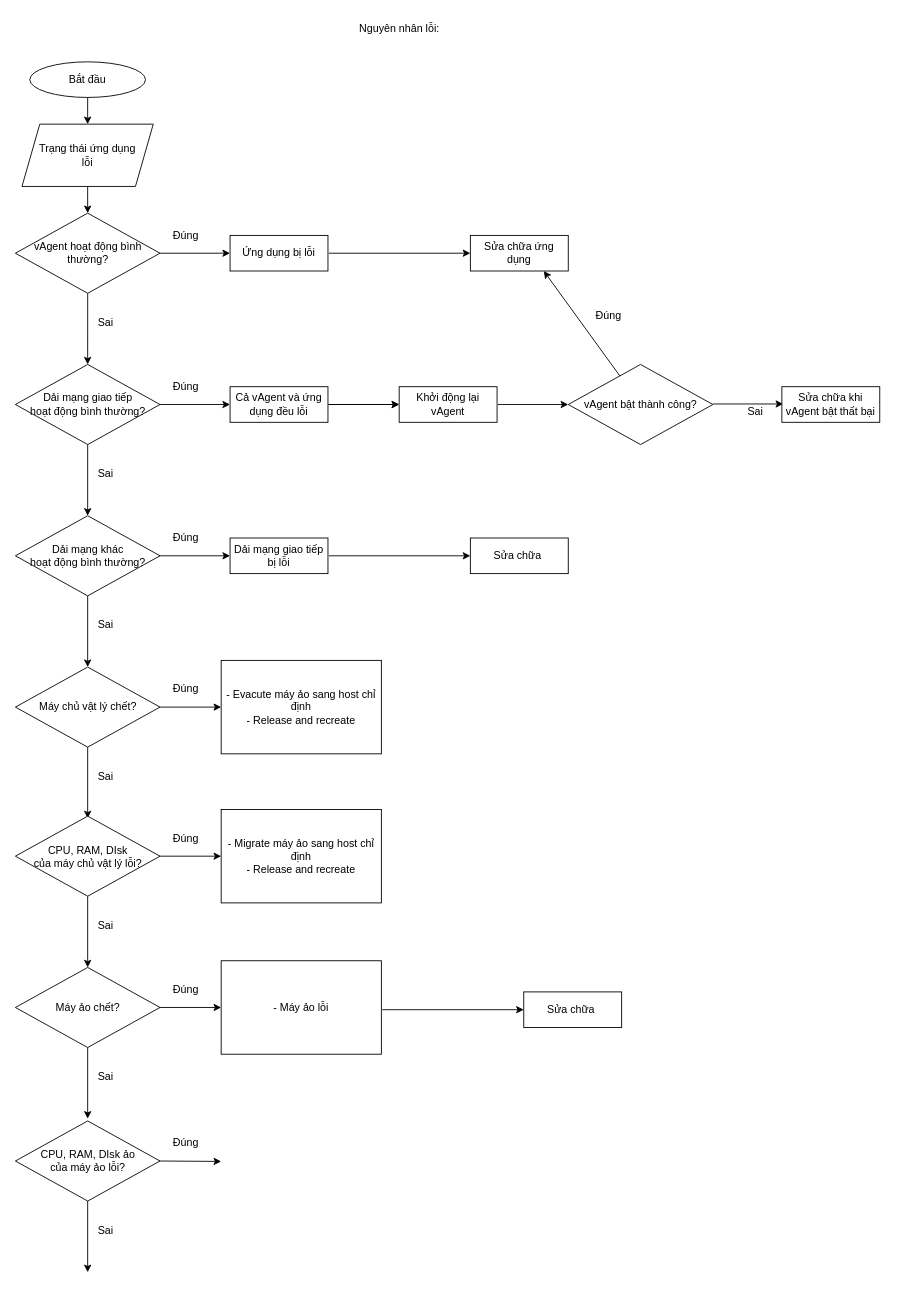
The draw.io diagram auto healing.drawio in hiep1097/drawio, before the edit. Source tidied: cells renumbered, new cells numbered last; positions are measured from the earlier drawing's top-left corner, leaving out a move shared by most shapes. Both pictures are drawn from the tidied source at 89%, with x=0, y=0 at pixel (15, 15).
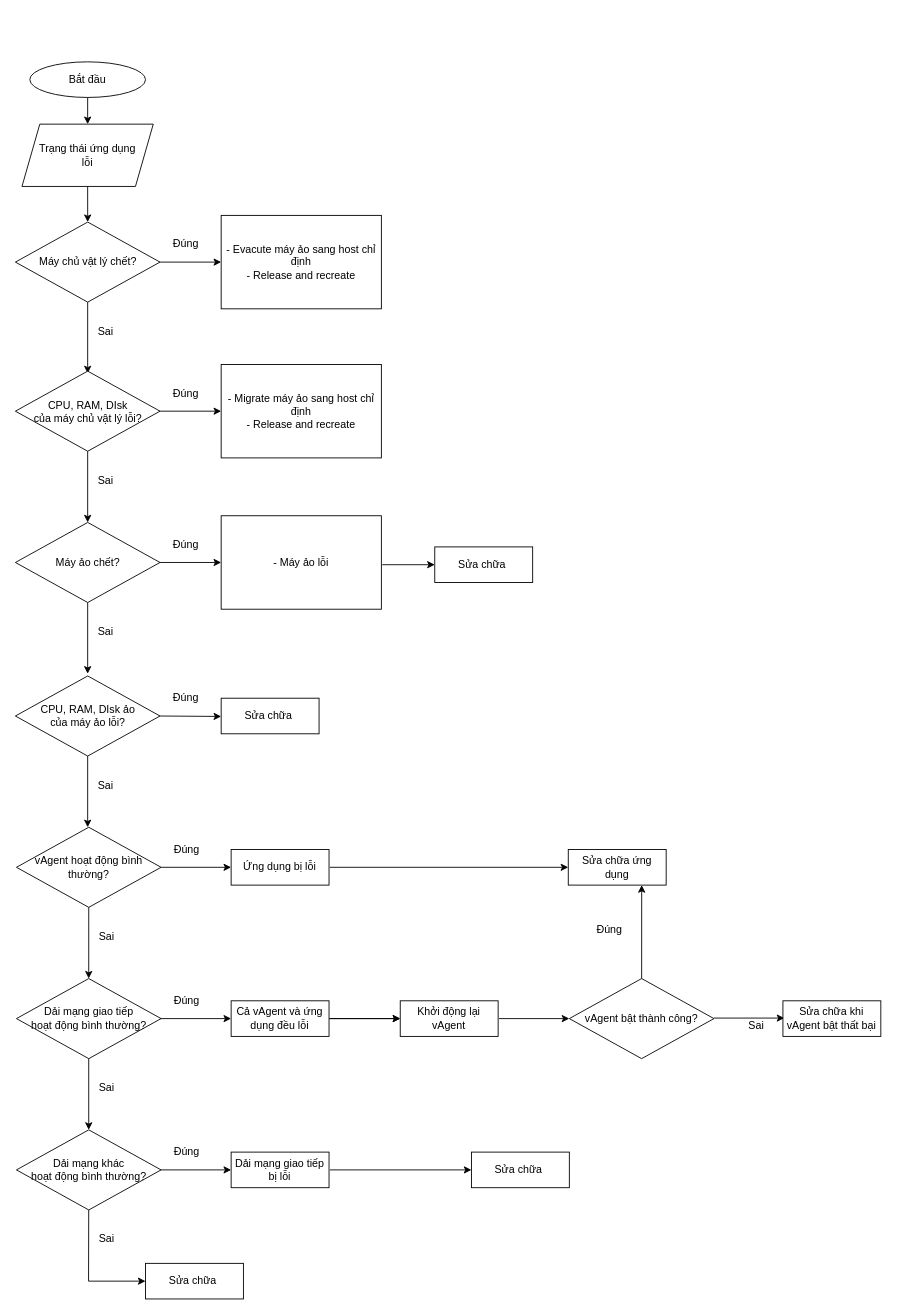
The same page after the edit.

Commit message:
Cập nhật auto healing.drawio

Unchanged cells that the change refers to:
```xml
<mxCell id="3" value="Trạng thái ứng dụng &lt;br&gt;lỗi" style="shape=parallelogram;perimeter=parallelogramPerimeter;whiteSpace=wrap;html=1;fixedSize=1;" parent="1" vertex="1">
  <mxGeometry x="7.2" y="122" width="147.5" height="70" as="geometry" />
</mxCell>
```

Change to the diagram source:
```diff
@@
     <mxCell id="4" value="vAgent hoạt động bình thường?" style="rhombus;whiteSpace=wrap;html=1;" parent="1" vertex="1">
-      <mxGeometry x="-0.2" y="222" width="162.5" height="90" as="geometry" />
+      <mxGeometry x="1" y="912" width="162.5" height="90" as="geometry" />
     </mxCell>
     <mxCell id="5" value="Ứng dụng bị lỗi" style="rounded=0;whiteSpace=wrap;html=1;" parent="1" vertex="1">
-      <mxGeometry x="241" y="247" width="110" height="40" as="geometry" />
+      <mxGeometry x="242.2" y="937" width="110" height="40" as="geometry" />
     </mxCell>
@@
-    <mxCell id="7" style="endArrow=classic;html=1;rounded=0;" parent="1" edge="1" source="3" target="4">
+    <mxCell id="7" style="endArrow=classic;html=1;rounded=0;" parent="1" edge="1" source="3" target="38">
       <mxGeometry relative="1" as="geometry" />
     </mxCell>
     <mxCell id="8" style="endArrow=classic;html=1;rounded=0;" parent="1" edge="1" source="4">
       <mxGeometry relative="1" as="geometry">
-        <mxPoint x="81" y="392" as="targetPoint" />
+        <mxPoint x="82.2" y="1082" as="targetPoint" />
       </mxGeometry>
     </mxCell>
@@
     <mxCell id="10" value="Đúng" style="text;html=1;align=center;verticalAlign=middle;strokeColor=none;fillColor=none;" parent="1" vertex="1">
-      <mxGeometry x="166" y="232" width="50" height="30" as="geometry" />
+      <mxGeometry x="167.2" y="922" width="50" height="30" as="geometry" />
     </mxCell>
     <mxCell id="11" value="Sai" style="text;html=1;align=center;verticalAlign=middle;strokeColor=none;fillColor=none;" parent="1" vertex="1">
-      <mxGeometry x="81" y="330" width="40" height="30" as="geometry" />
+      <mxGeometry x="82.2" y="1020" width="40" height="30" as="geometry" />
     </mxCell>
     <mxCell id="12" value="Dải mạng giao tiếp &lt;br&gt;hoạt động bình thường?" style="rhombus;whiteSpace=wrap;html=1;" parent="1" vertex="1">
-      <mxGeometry x="-0.2" y="392" width="162.5" height="90" as="geometry" />
+      <mxGeometry x="1" y="1082" width="162.5" height="90" as="geometry" />
     </mxCell>
     <mxCell id="13" style="endArrow=classic;html=1;rounded=0;" parent="1" edge="1">
       <mxGeometry relative="1" as="geometry">
-        <mxPoint x="81" y="482" as="sourcePoint" />
-        <mxPoint x="81" y="562" as="targetPoint" />
+        <mxPoint x="82.2" y="1172" as="sourcePoint" />
+        <mxPoint x="82.2" y="1252" as="targetPoint" />
       </mxGeometry>
     </mxCell>
     <mxCell id="14" value="Sai" style="text;html=1;align=center;verticalAlign=middle;strokeColor=none;fillColor=none;" parent="1" vertex="1">
-      <mxGeometry x="81" y="500" width="40" height="30" as="geometry" />
+      <mxGeometry x="82.2" y="1190" width="40" height="30" as="geometry" />
     </mxCell>
@@
     <mxCell id="16" value="Cả vAgent và ứng dụng đều lỗi" style="rounded=0;whiteSpace=wrap;html=1;" parent="1" vertex="1">
-      <mxGeometry x="241" y="417" width="110" height="40" as="geometry" />
+      <mxGeometry x="242.2" y="1107" width="110" height="40" as="geometry" />
     </mxCell>
     <mxCell id="17" style="endArrow=classic;html=1;rounded=0;" parent="1" edge="1" target="16">
       <mxGeometry relative="1" as="geometry">
-        <mxPoint x="162" y="437" as="sourcePoint" />
+        <mxPoint x="163.2" y="1127" as="sourcePoint" />
       </mxGeometry>
     </mxCell>
     <mxCell id="18" value="Đúng" style="text;html=1;align=center;verticalAlign=middle;strokeColor=none;fillColor=none;" parent="1" vertex="1">
-      <mxGeometry x="166" y="402" width="50" height="30" as="geometry" />
+      <mxGeometry x="167.2" y="1092" width="50" height="30" as="geometry" />
     </mxCell>
     <mxCell id="19" value="Sửa chữa ứng dụng" style="rounded=0;whiteSpace=wrap;html=1;" parent="1" vertex="1">
-      <mxGeometry x="511" y="247" width="110" height="40" as="geometry" />
+      <mxGeometry x="621" y="937" width="110" height="40" as="geometry" />
     </mxCell>
     <mxCell id="20" style="endArrow=classic;html=1;rounded=0;" parent="1" edge="1" target="19">
       <mxGeometry relative="1" as="geometry">
-        <mxPoint x="352" y="267" as="sourcePoint" />
+        <mxPoint x="353.2" y="957" as="sourcePoint" />
       </mxGeometry>
     </mxCell>
     <mxCell id="21" value="Dải mạng khác&lt;br&gt;hoạt động bình thường?" style="rhombus;whiteSpace=wrap;html=1;" parent="1" vertex="1">
-      <mxGeometry x="-0.2" y="562" width="162.5" height="90" as="geometry" />
+      <mxGeometry x="1" y="1252" width="162.5" height="90" as="geometry" />
     </mxCell>
-    <mxCell id="22" style="endArrow=classic;html=1;rounded=0;" parent="1" edge="1">
+    <mxCell id="22" style="endArrow=classic;html=1;rounded=0;" parent="1" edge="1" target="65">
       <mxGeometry relative="1" as="geometry">
-        <mxPoint x="81" y="652" as="sourcePoint" />
-        <mxPoint x="81" y="732" as="targetPoint" />
+        <mxPoint x="82.2" y="1342" as="sourcePoint" />
+        <Array as="points">
+          <mxPoint x="82" y="1422" />
+        </Array>
       </mxGeometry>
     </mxCell>
     <mxCell id="23" value="Sai" style="text;html=1;align=center;verticalAlign=middle;strokeColor=none;fillColor=none;" parent="1" vertex="1">
-      <mxGeometry x="81" y="670" width="40" height="30" as="geometry" />
+      <mxGeometry x="82.2" y="1360" width="40" height="30" as="geometry" />
     </mxCell>
     <mxCell id="24" value="Dải mạng giao tiếp bị lỗi" style="rounded=0;whiteSpace=wrap;html=1;" parent="1" vertex="1">
-      <mxGeometry x="241" y="587" width="110" height="40" as="geometry" />
+      <mxGeometry x="242.2" y="1277" width="110" height="40" as="geometry" />
     </mxCell>
     <mxCell id="25" style="endArrow=classic;html=1;rounded=0;" parent="1" edge="1" target="24">
       <mxGeometry relative="1" as="geometry">
-        <mxPoint x="162" y="607" as="sourcePoint" />
+        <mxPoint x="163.2" y="1297" as="sourcePoint" />
       </mxGeometry>
     </mxCell>
     <mxCell id="26" value="Đúng" style="text;html=1;align=center;verticalAlign=middle;strokeColor=none;fillColor=none;" parent="1" vertex="1">
-      <mxGeometry x="166" y="572" width="50" height="30" as="geometry" />
+      <mxGeometry x="167.2" y="1262" width="50" height="30" as="geometry" />
     </mxCell>
     <mxCell id="27" value="Sửa chữa&amp;nbsp;" style="rounded=0;whiteSpace=wrap;html=1;" parent="1" vertex="1">
-      <mxGeometry x="511" y="587" width="110" height="40" as="geometry" />
+      <mxGeometry x="512.2" y="1277" width="110" height="40" as="geometry" />
     </mxCell>
     <mxCell id="28" style="endArrow=classic;html=1;rounded=0;" parent="1" edge="1" target="27">
       <mxGeometry relative="1" as="geometry">
-        <mxPoint x="352" y="607" as="sourcePoint" />
+        <mxPoint x="353.2" y="1297" as="sourcePoint" />
       </mxGeometry>
     </mxCell>
     <mxCell id="29" value="Khởi động lại vAgent" style="rounded=0;whiteSpace=wrap;html=1;" parent="1" vertex="1">
-      <mxGeometry x="431" y="417" width="110" height="40" as="geometry" />
+      <mxGeometry x="432.2" y="1107" width="110" height="40" as="geometry" />
     </mxCell>
     <mxCell id="30" style="endArrow=classic;html=1;rounded=0;" parent="1" edge="1" target="29">
       <mxGeometry relative="1" as="geometry">
-        <mxPoint x="352" y="437" as="sourcePoint" />
+        <mxPoint x="353.2" y="1127" as="sourcePoint" />
       </mxGeometry>
     </mxCell>
     <mxCell id="31" value="vAgent bật thành công?" style="rhombus;whiteSpace=wrap;html=1;" parent="1" vertex="1">
-      <mxGeometry x="621" y="392" width="162.5" height="90" as="geometry" />
+      <mxGeometry x="622.2" y="1082" width="162.5" height="90" as="geometry" />
     </mxCell>
     <mxCell id="32" style="endArrow=classic;html=1;rounded=0;" parent="1" edge="1">
       <mxGeometry relative="1" as="geometry">
-        <mxPoint x="542" y="437" as="sourcePoint" />
-        <mxPoint x="621" y="437" as="targetPoint" />
+        <mxPoint x="543.2" y="1127" as="sourcePoint" />
+        <mxPoint x="622.2" y="1127" as="targetPoint" />
       </mxGeometry>
     </mxCell>
@@
     <mxCell id="34" value="Đúng" style="text;html=1;align=center;verticalAlign=middle;strokeColor=none;fillColor=none;" parent="1" vertex="1">
-      <mxGeometry x="641" y="322" width="50" height="30" as="geometry" />
+      <mxGeometry x="642.2" y="1012" width="50" height="30" as="geometry" />
     </mxCell>
     <mxCell id="35" value="Sai" style="text;html=1;align=center;verticalAlign=middle;strokeColor=none;fillColor=none;" parent="1" vertex="1">
-      <mxGeometry x="811" y="430" width="40" height="30" as="geometry" />
+      <mxGeometry x="812.2" y="1120" width="40" height="30" as="geometry" />
     </mxCell>
     <mxCell id="36" style="endArrow=classic;html=1;rounded=0;" parent="1" edge="1">
       <mxGeometry relative="1" as="geometry">
-        <mxPoint x="783.5" y="436.4" as="sourcePoint" />
-        <mxPoint x="862.5" y="436.4" as="targetPoint" />
+        <mxPoint x="784.8" y="1126.4" as="sourcePoint" />
+        <mxPoint x="863.8" y="1126.4" as="targetPoint" />
       </mxGeometry>
     </mxCell>
     <mxCell id="37" value="Sửa chữa khi vAgent bật thất bại" style="rounded=0;whiteSpace=wrap;html=1;" parent="1" vertex="1">
-      <mxGeometry x="861" y="417" width="110" height="40" as="geometry" />
+      <mxGeometry x="862.2" y="1107" width="110" height="40" as="geometry" />
     </mxCell>
     <mxCell id="38" value="Máy chủ vật lý chết?" style="rhombus;whiteSpace=wrap;html=1;" parent="1" vertex="1">
-      <mxGeometry x="-0.2" y="732" width="162.5" height="90" as="geometry" />
+      <mxGeometry x="-0.2" y="232" width="162.5" height="90" as="geometry" />
     </mxCell>
     <mxCell id="39" style="endArrow=classic;html=1;rounded=0;" parent="1" edge="1">
       <mxGeometry relative="1" as="geometry">
-        <mxPoint x="81" y="822" as="sourcePoint" />
-        <mxPoint x="81" y="902" as="targetPoint" />
+        <mxPoint x="81" y="322" as="sourcePoint" />
+        <mxPoint x="81" y="402" as="targetPoint" />
       </mxGeometry>
     </mxCell>
     <mxCell id="40" value="Sai" style="text;html=1;align=center;verticalAlign=middle;strokeColor=none;fillColor=none;" parent="1" vertex="1">
-      <mxGeometry x="81" y="840" width="40" height="30" as="geometry" />
+      <mxGeometry x="81" y="340" width="40" height="30" as="geometry" />
     </mxCell>
     <mxCell id="41" value="- Evacute máy ảo sang host chỉ định&lt;br&gt;- Release and recreate" style="rounded=0;whiteSpace=wrap;html=1;" parent="1" vertex="1">
-      <mxGeometry x="231" y="724.5" width="180" height="105" as="geometry" />
+      <mxGeometry x="231" y="224.5" width="180" height="105" as="geometry" />
     </mxCell>
     <mxCell id="42" style="endArrow=classic;html=1;rounded=0;" parent="1" edge="1" target="41">
       <mxGeometry relative="1" as="geometry">
-        <mxPoint x="162" y="777" as="sourcePoint" />
+        <mxPoint x="162" y="277" as="sourcePoint" />
       </mxGeometry>
     </mxCell>
     <mxCell id="43" value="Đúng" style="text;html=1;align=center;verticalAlign=middle;strokeColor=none;fillColor=none;" parent="1" vertex="1">
-      <mxGeometry x="166" y="742" width="50" height="30" as="geometry" />
+      <mxGeometry x="166" y="242" width="50" height="30" as="geometry" />
     </mxCell>
     <mxCell id="44" value="Máy ảo chết?" style="rhombus;whiteSpace=wrap;html=1;" parent="1" vertex="1">
-      <mxGeometry x="-0.2" y="1069.5" width="162.5" height="90" as="geometry" />
+      <mxGeometry x="-0.2" y="569.5" width="162.5" height="90" as="geometry" />
     </mxCell>
     <mxCell id="45" style="endArrow=classic;html=1;rounded=0;" parent="1" edge="1">
       <mxGeometry relative="1" as="geometry">
-        <mxPoint x="81" y="1159.5" as="sourcePoint" />
-        <mxPoint x="81" y="1239.5" as="targetPoint" />
+        <mxPoint x="81" y="659.5" as="sourcePoint" />
+        <mxPoint x="81" y="739.5" as="targetPoint" />
       </mxGeometry>
     </mxCell>
     <mxCell id="46" value="Sai" style="text;html=1;align=center;verticalAlign=middle;strokeColor=none;fillColor=none;" parent="1" vertex="1">
-      <mxGeometry x="81" y="1177.5" width="40" height="30" as="geometry" />
+      <mxGeometry x="81" y="677.5" width="40" height="30" as="geometry" />
     </mxCell>
     <mxCell id="47" value="- Máy ảo lỗi" style="rounded=0;whiteSpace=wrap;html=1;" parent="1" vertex="1">
-      <mxGeometry x="231" y="1062" width="180" height="105" as="geometry" />
+      <mxGeometry x="231" y="562" width="180" height="105" as="geometry" />
     </mxCell>
     <mxCell id="48" style="endArrow=classic;html=1;rounded=0;" parent="1" edge="1" target="47">
       <mxGeometry relative="1" as="geometry">
-        <mxPoint x="162" y="1114.5" as="sourcePoint" />
+        <mxPoint x="162" y="614.5" as="sourcePoint" />
       </mxGeometry>
     </mxCell>
     <mxCell id="49" value="Đúng" style="text;html=1;align=center;verticalAlign=middle;strokeColor=none;fillColor=none;" parent="1" vertex="1">
-      <mxGeometry x="166" y="1079.5" width="50" height="30" as="geometry" />
+      <mxGeometry x="166" y="579.5" width="50" height="30" as="geometry" />
     </mxCell>
     <mxCell id="50" value="CPU, RAM, DIsk &lt;br&gt;của máy chủ vật lý lỗi?" style="rhombus;whiteSpace=wrap;html=1;" parent="1" vertex="1">
-      <mxGeometry x="-0.2" y="899.5" width="162.5" height="90" as="geometry" />
+      <mxGeometry x="-0.2" y="399.5" width="162.5" height="90" as="geometry" />
     </mxCell>
     <mxCell id="51" style="endArrow=classic;html=1;rounded=0;" parent="1" edge="1">
       <mxGeometry relative="1" as="geometry">
-        <mxPoint x="81" y="989.5" as="sourcePoint" />
-        <mxPoint x="81" y="1069.5" as="targetPoint" />
+        <mxPoint x="81" y="489.5" as="sourcePoint" />
+        <mxPoint x="81" y="569.5" as="targetPoint" />
       </mxGeometry>
     </mxCell>
     <mxCell id="52" value="Sai" style="text;html=1;align=center;verticalAlign=middle;strokeColor=none;fillColor=none;" parent="1" vertex="1">
-      <mxGeometry x="81" y="1007.5" width="40" height="30" as="geometry" />
+      <mxGeometry x="81" y="507.5" width="40" height="30" as="geometry" />
     </mxCell>
     <mxCell id="53" value="- Migrate máy ảo sang host chỉ định&lt;br&gt;- Release and recreate" style="rounded=0;whiteSpace=wrap;html=1;" parent="1" vertex="1">
-      <mxGeometry x="231" y="892" width="180" height="105" as="geometry" />
+      <mxGeometry x="231" y="392" width="180" height="105" as="geometry" />
     </mxCell>
     <mxCell id="54" style="endArrow=classic;html=1;rounded=0;" parent="1" edge="1" target="53">
       <mxGeometry relative="1" as="geometry">
-        <mxPoint x="162" y="944.5" as="sourcePoint" />
+        <mxPoint x="162" y="444.5" as="sourcePoint" />
       </mxGeometry>
     </mxCell>
     <mxCell id="55" value="Đúng" style="text;html=1;align=center;verticalAlign=middle;strokeColor=none;fillColor=none;" parent="1" vertex="1">
-      <mxGeometry x="166" y="909.5" width="50" height="30" as="geometry" />
+      <mxGeometry x="166" y="409.5" width="50" height="30" as="geometry" />
     </mxCell>
     <mxCell id="56" value="Sửa chữa&amp;nbsp;" style="rounded=0;whiteSpace=wrap;html=1;" parent="1" vertex="1">
-      <mxGeometry x="571" y="1097" width="110" height="40" as="geometry" />
+      <mxGeometry x="471" y="597" width="110" height="40" as="geometry" />
     </mxCell>
     <mxCell id="57" style="endArrow=classic;html=1;rounded=0;" parent="1" edge="1" target="56">
       <mxGeometry relative="1" as="geometry">
-        <mxPoint x="412" y="1117" as="sourcePoint" />
+        <mxPoint x="412" y="617" as="sourcePoint" />
       </mxGeometry>
     </mxCell>
     <mxCell id="58" value="CPU, RAM, DIsk ảo&lt;br&gt;của máy ảo lỗi?" style="rhombus;whiteSpace=wrap;html=1;" parent="1" vertex="1">
-      <mxGeometry x="-0.2" y="1242" width="162.5" height="90" as="geometry" />
+      <mxGeometry x="-0.2" y="742" width="162.5" height="90" as="geometry" />
     </mxCell>
     <mxCell id="59" style="endArrow=classic;html=1;rounded=0;" parent="1" edge="1">
       <mxGeometry relative="1" as="geometry">
-        <mxPoint x="81" y="1332" as="sourcePoint" />
-        <mxPoint x="81" y="1412" as="targetPoint" />
+        <mxPoint x="81" y="832" as="sourcePoint" />
+        <mxPoint x="81" y="912" as="targetPoint" />
       </mxGeometry>
     </mxCell>
     <mxCell id="60" value="Sai" style="text;html=1;align=center;verticalAlign=middle;strokeColor=none;fillColor=none;" parent="1" vertex="1">
-      <mxGeometry x="81" y="1350" width="40" height="30" as="geometry" />
+      <mxGeometry x="81" y="850" width="40" height="30" as="geometry" />
     </mxCell>
     <mxCell id="61" style="endArrow=classic;html=1;rounded=0;" parent="1" edge="1">
       <mxGeometry relative="1" as="geometry">
-        <mxPoint x="162" y="1287" as="sourcePoint" />
-        <mxPoint x="231" y="1287.5" as="targetPoint" />
+        <mxPoint x="162" y="787" as="sourcePoint" />
+        <mxPoint x="231" y="787.5" as="targetPoint" />
       </mxGeometry>
     </mxCell>
     <mxCell id="62" value="Đúng" style="text;html=1;align=center;verticalAlign=middle;strokeColor=none;fillColor=none;" parent="1" vertex="1">
-      <mxGeometry x="166" y="1252" width="50" height="30" as="geometry" />
+      <mxGeometry x="166" y="752" width="50" height="30" as="geometry" />
     </mxCell>
-    <mxCell id="63" value="Nguyên nhân lỗi:&lt;br&gt;" style="text;html=1;align=center;verticalAlign=middle;strokeColor=none;fillColor=none;" parent="1" vertex="1">
-      <mxGeometry x="376" width="110" height="30" as="geometry" />
-    </mxCell>
+    <mxCell id="64" value="Sửa chữa&amp;nbsp;" style="rounded=0;whiteSpace=wrap;html=1;" parent="1" vertex="1">
+      <mxGeometry x="231" y="767" width="110" height="40" as="geometry" />
+    </mxCell>
+    <mxCell id="65" value="Sửa chữa&amp;nbsp;" style="rounded=0;whiteSpace=wrap;html=1;" parent="1" vertex="1">
+      <mxGeometry x="146" y="1402" width="110" height="40" as="geometry" />
+    </mxCell>
```
